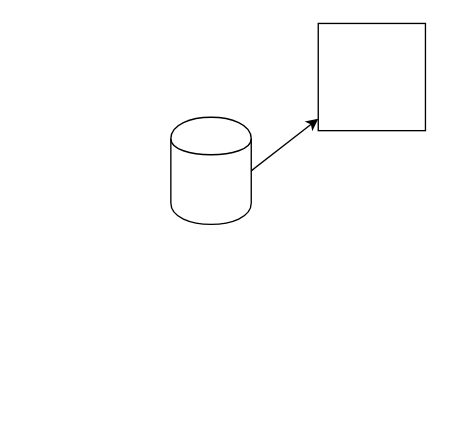
episphere/doc keeps this draw.io diagram as testDiagram.drawio. Above is the earlier version. Source tidied: cells renumbered, new cells numbered last; positions are measured from the earlier drawing's top-left corner, leaving out a move shared by most shapes. Both pictures are drawn from the tidied source at 134%, with x=0, y=0 at pixel (170, 23).
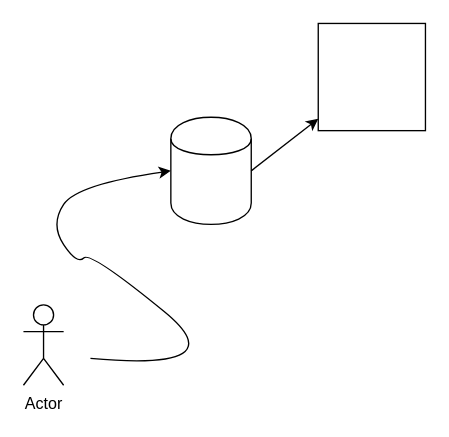
Above is the later version.

The edit, as a diff of the source:
```diff
@@
 <mxGraphModel>
   <root>
     <mxCell id="0" />
     <mxCell id="1" parent="0" />
     <mxCell id="2" style="whiteSpace=wrap;html=1;" parent="1" vertex="1">
       <mxGeometry x="110" width="80" height="80" as="geometry" />
     </mxCell>
     <mxCell id="3" style="shape=cylinder;whiteSpace=wrap;html=1;boundedLbl=1;backgroundOutline=1;" parent="1" vertex="1">
       <mxGeometry y="70" width="60" height="80" as="geometry" />
     </mxCell>
     <mxCell id="4" style="endArrow=classic;html=1;exitX=1;exitY=0.5;exitDx=0;exitDy=0;" parent="1" edge="1" source="3" target="2">
       <mxGeometry relative="1" as="geometry" />
     </mxCell>
+    <mxCell id="5" value="Actor" style="shape=umlActor;verticalLabelPosition=bottom;labelBackgroundColor=#ffffff;verticalAlign=top;html=1;" parent="1" vertex="1">
+      <mxGeometry x="-110" y="210" width="30" height="60" as="geometry" />
+    </mxCell>
+    <mxCell id="6" style="curved=1;endArrow=classic;html=1;entryX=0;entryY=0.5;entryDx=0;entryDy=0;" parent="1" edge="1" target="3">
+      <mxGeometry relative="1" as="geometry">
+        <mxPoint x="-60" y="250" as="sourcePoint" />
+        <Array as="points">
+          <mxPoint x="50" y="260" />
+          <mxPoint x="-60" y="170" />
+          <mxPoint x="-70" y="180" />
+          <mxPoint x="-90" y="150" />
+          <mxPoint x="-70" y="120" />
+        </Array>
+      </mxGeometry>
+    </mxCell>
   </root>
 </mxGraphModel>
```
